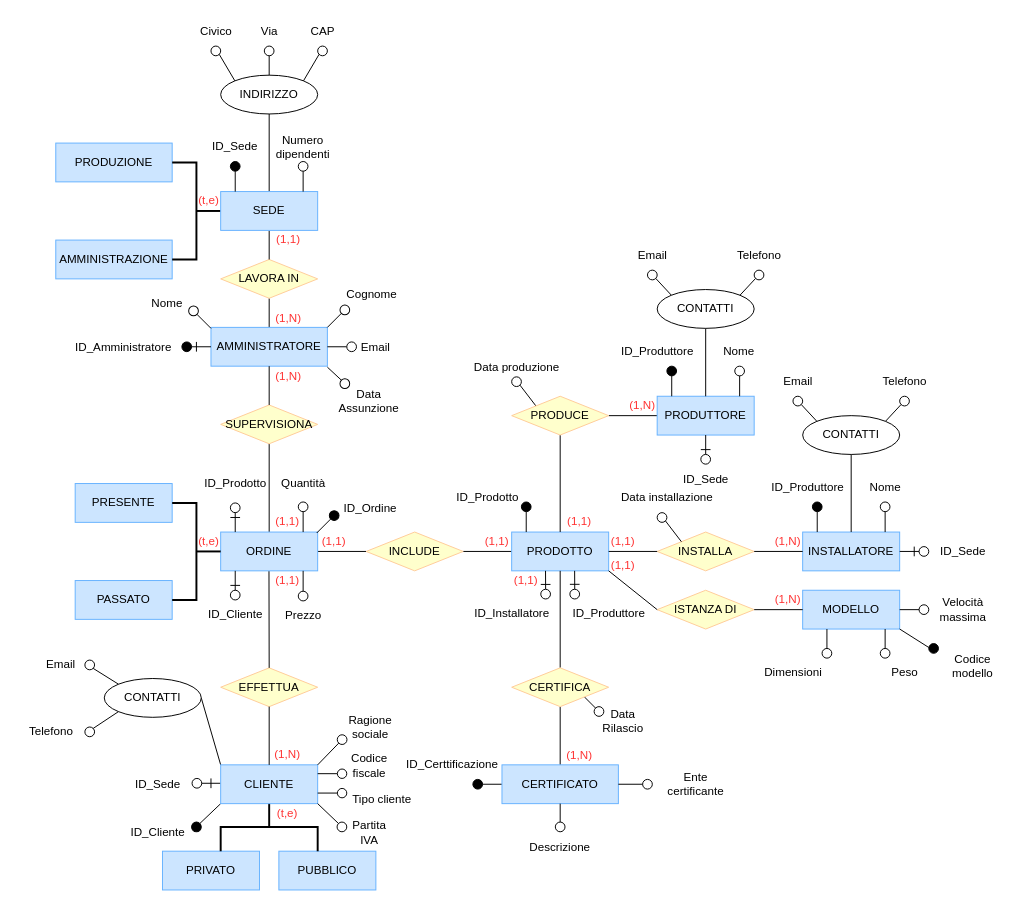
Above: Secondo Anno/Secondo_Semestre/Basi_dati/Diagrammi_GreenRail/rivisto_utente.drawio in bilottiale/uni (draw.io), before the change. Source tidied: cells renumbered, new cells numbered last; positions are measured from the earlier drawing's top-left corner, leaving out a move shared by most shapes. Both pictures are drawn from the tidied source at 97%, with x=0, y=0 at pixel (16, 16).
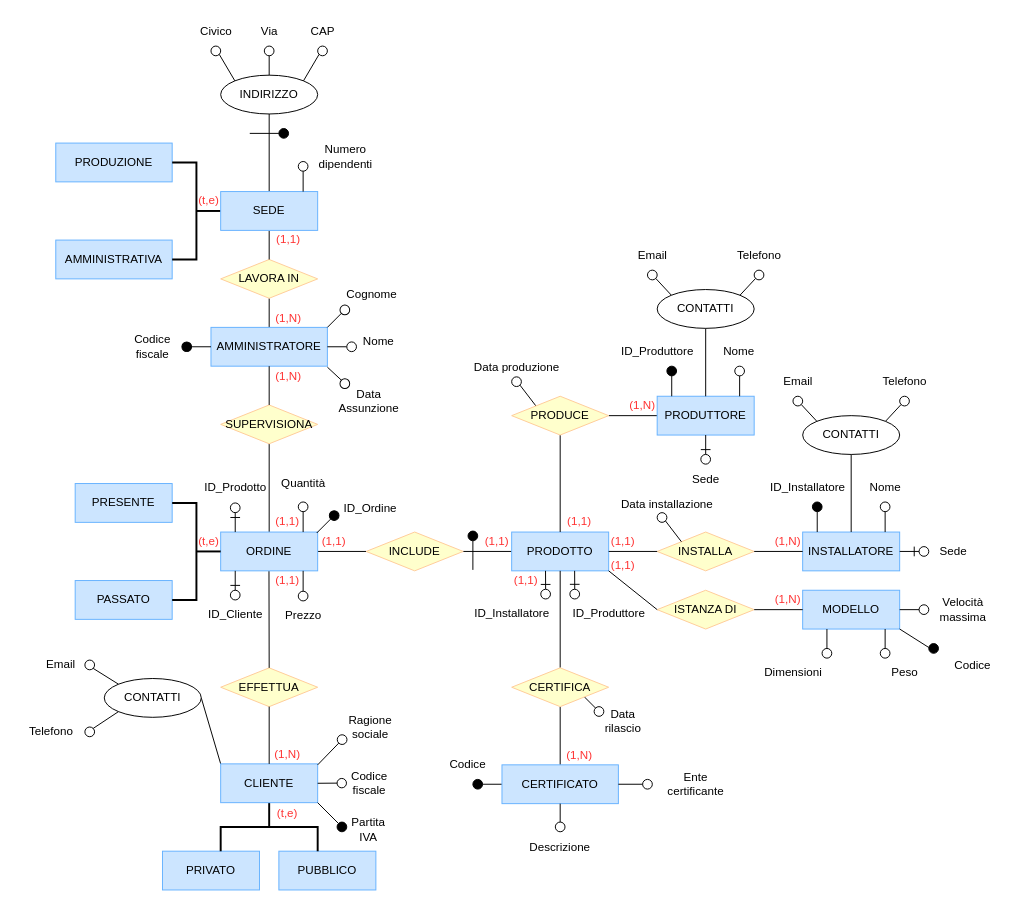
The same diagram, later.

Unchanged cells that the change refers to:
```xml
<mxCell id="37" value="AMMINISTRATORE" style="rounded=0;whiteSpace=wrap;html=1;fillColor=#CCE5FF;strokeColor=#66B2FF;" parent="1" vertex="1">
  <mxGeometry x="200" y="320" width="120" height="40" as="geometry" />
</mxCell>
```

What changed in the source:
```diff
@@
-    <mxCell id="6" value="AMMINISTRAZIONE" style="rounded=0;whiteSpace=wrap;html=1;fillColor=#CCE5FF;strokeColor=#66B2FF;" parent="1" vertex="1">
+    <mxCell id="6" value="AMMINISTRATIVA" style="rounded=0;whiteSpace=wrap;html=1;fillColor=#CCE5FF;strokeColor=#66B2FF;" parent="1" vertex="1">
       <mxGeometry x="40" y="230" width="120" height="40" as="geometry" />
     </mxCell>
@@
-    <mxCell id="21" style="ellipse;whiteSpace=wrap;html=1;fillColor=light-dark(#000000,#FFFFFF);strokeColor=default;" parent="1" vertex="1">
-      <mxGeometry x="220" y="149" width="10" height="10" as="geometry" />
-    </mxCell>
-    <mxCell id="22" style="endArrow=none;html=1;rounded=0;entryX=0.5;entryY=1;entryDx=0;entryDy=0;" parent="1" edge="1" target="21">
-      <mxGeometry relative="1" as="geometry">
-        <mxPoint x="225" y="180" as="sourcePoint" />
-      </mxGeometry>
-    </mxCell>
-    <mxCell id="23" value="ID_Sede" style="text;html=1;align=center;verticalAlign=middle;whiteSpace=wrap;rounded=0;" parent="1" vertex="1">
-      <mxGeometry x="195" y="119" width="60" height="30" as="geometry" />
-    </mxCell>
@@
     <mxCell id="26" value="Numero&lt;div&gt;dipendenti&lt;/div&gt;" style="text;html=1;align=center;verticalAlign=middle;whiteSpace=wrap;rounded=0;" parent="1" vertex="1">
-      <mxGeometry x="265" y="119" width="60" height="30" as="geometry" />
+      <mxGeometry x="309" y="129" width="60" height="30" as="geometry" />
     </mxCell>
-    <mxCell id="27" value="CONTATTI" style="ellipse;whiteSpace=wrap;html=1;fillColor=default;" parent="1" vertex="1">
-      <mxGeometry x="90" y="682" width="100" height="40" as="geometry" />
-    </mxCell>
-    <mxCell id="28" style="endArrow=none;html=1;rounded=0;entryX=0;entryY=0;entryDx=0;entryDy=0;exitX=1;exitY=0;exitDx=0;exitDy=0;" parent="1" edge="1" source="33" target="27">
-      <mxGeometry relative="1" as="geometry" />
-    </mxCell>
-    <mxCell id="29" style="ellipse;whiteSpace=wrap;html=1;fillColor=none;strokeColor=default;direction=south;" parent="1" vertex="1">
-      <mxGeometry x="70" y="732" width="10" height="10" as="geometry" />
-    </mxCell>
-    <mxCell id="30" style="endArrow=none;html=1;rounded=0;entryX=0;entryY=1;entryDx=0;entryDy=0;exitX=0;exitY=0;exitDx=0;exitDy=0;" parent="1" edge="1" source="29" target="27">
-      <mxGeometry relative="1" as="geometry" />
-    </mxCell>
-    <mxCell id="31" value="Email" style="text;html=1;align=center;verticalAlign=middle;strokeColor=none;fillColor=none;" parent="1" vertex="1">
-      <mxGeometry x="20" y="653" width="50" height="30" as="geometry" />
-    </mxCell>
-    <mxCell id="32" value="Telefono" style="text;html=1;align=center;verticalAlign=middle;strokeColor=none;fillColor=none;" parent="1" vertex="1">
-      <mxGeometry y="722" width="70" height="30" as="geometry" />
-    </mxCell>
-    <mxCell id="33" style="ellipse;whiteSpace=wrap;html=1;fillColor=none;strokeColor=default;direction=south;" parent="1" vertex="1">
-      <mxGeometry x="70" y="663" width="10" height="10" as="geometry" />
-    </mxCell>
@@
-    <mxCell id="42" style="group;" parent="1" vertex="1">
-      <mxGeometry x="465" y="432" width="10" height="41" as="geometry" />
-    </mxCell>
-    <mxCell id="43" value="ID_Prodotto" style="text;html=1;align=center;verticalAlign=middle;strokeColor=none;fillColor=none;" parent="1" vertex="1">
-      <mxGeometry x="440" y="481" width="90" height="30" as="geometry" />
-    </mxCell>
@@
-    <mxCell id="59" value="ID_Sede" style="text;html=1;align=center;verticalAlign=middle;strokeColor=none;fillColor=none;" parent="1" vertex="1">
-      <mxGeometry x="675" y="462" width="70" height="30" as="geometry" />
+    <mxCell id="59" value="Sede" style="text;html=1;align=center;verticalAlign=middle;strokeColor=none;fillColor=none;" parent="1" vertex="1">
+      <mxGeometry x="685" y="462" width="50" height="30" as="geometry" />
     </mxCell>
@@
-    <mxCell id="64" value="ID_Amministratore" style="text;html=1;align=center;verticalAlign=middle;whiteSpace=wrap;rounded=0;" parent="1" vertex="1">
-      <mxGeometry x="80" y="326" width="60" height="30" as="geometry" />
-    </mxCell>
     <mxCell id="65" value="Nome" style="text;html=1;align=center;verticalAlign=middle;whiteSpace=wrap;rounded=0;" parent="1" vertex="1">
-      <mxGeometry x="125" y="281" width="60" height="30" as="geometry" />
+      <mxGeometry x="343" y="320" width="60" height="30" as="geometry" />
     </mxCell>
@@
-    <mxCell id="67" value="Email" style="text;html=1;align=center;verticalAlign=middle;whiteSpace=wrap;rounded=0;" parent="1" vertex="1">
-      <mxGeometry x="340" y="326" width="60" height="30" as="geometry" />
-    </mxCell>
@@
-    <mxCell id="72" style="ellipse;whiteSpace=wrap;html=1;fillColor=light-dark(#000000,#FFFFFF);strokeColor=default;rotation=-135;" parent="1" vertex="1">
-      <mxGeometry x="180" y="830" width="10" height="10" as="geometry" />
-    </mxCell>
-    <mxCell id="73" style="endArrow=none;html=1;rounded=0;entryX=0.5;entryY=1;entryDx=0;entryDy=0;fillColor=light-dark(#000000,#FFFFFF);exitX=0;exitY=1;exitDx=0;exitDy=0;" parent="1" edge="1" source="82" target="72">
-      <mxGeometry relative="1" as="geometry" />
-    </mxCell>
-    <mxCell id="74" value="ID_Cliente" style="text;html=1;align=center;verticalAlign=middle;strokeColor=none;fillColor=none;" parent="1" vertex="1">
-      <mxGeometry x="105" y="826" width="80" height="30" as="geometry" />
-    </mxCell>
@@
-    <mxCell id="76" value="Tipo cliente" style="text;html=1;align=center;verticalAlign=middle;strokeColor=none;fillColor=none;" parent="1" vertex="1">
-      <mxGeometry x="336" y="792" width="80" height="30" as="geometry" />
-    </mxCell>
     <mxCell id="77" value="Codice&lt;br&gt;fiscale" style="text;html=1;align=center;verticalAlign=middle;strokeColor=none;fillColor=none;" parent="1" vertex="1">
-      <mxGeometry x="333" y="752" width="60" height="40" as="geometry" />
+      <mxGeometry x="333" y="769.8" width="60" height="40" as="geometry" />
     </mxCell>
-    <mxCell id="78" style="ellipse;whiteSpace=wrap;html=1;fillColor=#FFFFFF;strokeColor=default;rotation=-90;" parent="1" vertex="1">
-      <mxGeometry x="180.5" y="785" width="10" height="10" as="geometry" />
-    </mxCell>
-    <mxCell id="79" style="endArrow=none;html=1;rounded=0;exitX=0;exitY=0.5;exitDx=0;exitDy=0;" parent="1" edge="1" target="78">
-      <mxGeometry relative="1" as="geometry">
-        <mxPoint x="210" y="790" as="sourcePoint" />
-      </mxGeometry>
-    </mxCell>
-    <mxCell id="80" style="endArrow=none;html=1;rounded=0;" parent="1" edge="1">
-      <mxGeometry relative="1" as="geometry">
-        <mxPoint x="200" y="785" as="sourcePoint" />
-        <mxPoint x="200" y="795" as="targetPoint" />
-      </mxGeometry>
-    </mxCell>
-    <mxCell id="81" value="ID_Sede" style="text;html=1;align=center;verticalAlign=middle;strokeColor=none;fillColor=none;" parent="1" vertex="1">
-      <mxGeometry x="110" y="776" width="70" height="30" as="geometry" />
-    </mxCell>
     <mxCell id="82" value="CLIENTE" style="rounded=0;whiteSpace=wrap;html=1;fillColor=#CCE5FF;strokeColor=#66B2FF;" parent="1" vertex="1">
-      <mxGeometry x="210" y="771" width="100" height="40" as="geometry" />
+      <mxGeometry x="210" y="770" width="100" height="40" as="geometry" />
     </mxCell>
-    <mxCell id="83" style="ellipse;whiteSpace=wrap;html=1;fillColor=#FFFFFF;strokeColor=default;" parent="1" vertex="1">
+    <mxCell id="83" style="ellipse;whiteSpace=wrap;html=1;fillColor=#000000;strokeColor=default;" parent="1" vertex="1">
       <mxGeometry x="330" y="830" width="10" height="10" as="geometry" />
     </mxCell>
@@
     <mxCell id="85" value="Partita&lt;br&gt;IVA" style="text;html=1;align=center;verticalAlign=middle;strokeColor=none;fillColor=none;" parent="1" vertex="1">
-      <mxGeometry x="333" y="821" width="60" height="40" as="geometry" />
+      <mxGeometry x="332" y="818" width="60" height="40" as="geometry" />
     </mxCell>
     <mxCell id="86" style="ellipse;whiteSpace=wrap;html=1;fillColor=#FFFFFF;strokeColor=default;rotation=-180;" parent="1" vertex="1">
-      <mxGeometry x="330.3" y="775.3" width="9.7" height="9.7" as="geometry" />
+      <mxGeometry x="330" y="785" width="9.7" height="9.7" as="geometry" />
     </mxCell>
-    <mxCell id="87" style="endArrow=none;html=1;rounded=0;" parent="1" edge="1">
-      <mxGeometry relative="1" as="geometry">
-        <mxPoint x="310" y="780.1" as="sourcePoint" />
-        <mxPoint x="330" y="780.1" as="targetPoint" />
-      </mxGeometry>
+    <mxCell id="87" style="endArrow=none;html=1;rounded=0;exitX=1;exitY=0.5;exitDx=0;exitDy=0;entryX=1;entryY=0.5;entryDx=0;entryDy=0;" parent="1" edge="1" source="82" target="86">
+      <mxGeometry relative="1" as="geometry" />
     </mxCell>
-    <mxCell id="88" style="ellipse;whiteSpace=wrap;html=1;fillColor=#FFFFFF;strokeColor=default;rotation=-180;" parent="1" vertex="1">
-      <mxGeometry x="330.3" y="795.3" width="9.7" height="9.7" as="geometry" />
-    </mxCell>
-    <mxCell id="89" style="endArrow=none;html=1;rounded=0;" parent="1" edge="1">
-      <mxGeometry relative="1" as="geometry">
-        <mxPoint x="310" y="800.1" as="sourcePoint" />
-        <mxPoint x="330" y="800.1" as="targetPoint" />
-      </mxGeometry>
-    </mxCell>
@@
-    <mxCell id="91" value="Data&lt;div&gt;Rilascio&lt;/div&gt;" style="text;html=1;align=center;verticalAlign=middle;whiteSpace=wrap;rounded=0;" parent="1" vertex="1">
+    <mxCell id="91" value="Data&lt;div&gt;rilascio&lt;/div&gt;" style="text;html=1;align=center;verticalAlign=middle;whiteSpace=wrap;rounded=0;" parent="1" vertex="1">
       <mxGeometry x="595" y="711" width="60" height="30" as="geometry" />
     </mxCell>
@@
-    <mxCell id="107" value="ID_Sede" style="text;html=1;align=center;verticalAlign=middle;strokeColor=none;fillColor=none;" parent="1" vertex="1">
-      <mxGeometry x="940" y="536" width="70" height="30" as="geometry" />
+    <mxCell id="107" value="Sede" style="text;html=1;align=center;verticalAlign=middle;strokeColor=none;fillColor=none;" parent="1" vertex="1">
+      <mxGeometry x="940" y="536" width="50" height="30" as="geometry" />
     </mxCell>
@@
-    <mxCell id="109" value="ID_Produttore" style="text;html=1;align=center;verticalAlign=middle;strokeColor=none;fillColor=none;" parent="1" vertex="1">
+    <mxCell id="109" value="ID_Installatore" style="text;html=1;align=center;verticalAlign=middle;strokeColor=none;fillColor=none;" parent="1" vertex="1">
       <mxGeometry x="765" y="470" width="100" height="30" as="geometry" />
     </mxCell>
@@
     <mxCell id="117" value="Data installazione" style="text;html=1;align=center;verticalAlign=middle;strokeColor=none;fillColor=none;" parent="1" vertex="1">
-      <mxGeometry x="610" y="481" width="120" height="30" as="geometry" />
+      <mxGeometry x="610" y="488" width="120" height="30" as="geometry" />
     </mxCell>
@@
     <mxCell id="121" value="ID_Prodotto" style="text;html=1;align=center;verticalAlign=middle;strokeColor=none;fillColor=none;" parent="1" vertex="1">
-      <mxGeometry x="180" y="466" width="90" height="30" as="geometry" />
+      <mxGeometry x="180" y="470" width="90" height="30" as="geometry" />
     </mxCell>
@@
-    <mxCell id="139" style="ellipse;whiteSpace=wrap;html=1;fillColor=light-dark(#000000,#FFFFFF);strokeColor=default;" parent="1" vertex="1">
-      <mxGeometry x="520" y="500" width="10" height="10" as="geometry" />
-    </mxCell>
-    <mxCell id="140" style="endArrow=none;html=1;rounded=0;entryX=0.5;entryY=1;entryDx=0;entryDy=0;" parent="1" edge="1" target="139">
-      <mxGeometry relative="1" as="geometry">
-        <mxPoint x="525" y="531" as="sourcePoint" />
-      </mxGeometry>
-    </mxCell>
@@
-    <mxCell id="158" style="endArrow=none;html=1;rounded=0;" parent="1" edge="1">
-      <mxGeometry relative="1" as="geometry">
-        <mxPoint x="185" y="345" as="sourcePoint" />
-        <mxPoint x="185" y="335" as="targetPoint" />
-      </mxGeometry>
-    </mxCell>
-    <mxCell id="159" style="endArrow=none;html=1;rounded=0;exitX=0;exitY=0.5;exitDx=0;exitDy=0;entryX=1;entryY=0.5;entryDx=0;entryDy=0;" parent="1" edge="1" source="37" target="160">
-      <mxGeometry relative="1" as="geometry" />
-    </mxCell>
-    <mxCell id="160" style="ellipse;whiteSpace=wrap;html=1;fillColor=light-dark(#000000,transparent);strokeColor=default;" parent="1" vertex="1">
-      <mxGeometry x="170" y="335" width="10" height="10" as="geometry" />
-    </mxCell>
-    <mxCell id="161" style="ellipse;whiteSpace=wrap;html=1;fillColor=none;strokeColor=default;rotation=-45;" parent="1" vertex="1">
-      <mxGeometry x="177" y="298" width="10" height="10" as="geometry" />
-    </mxCell>
-    <mxCell id="162" style="endArrow=none;html=1;rounded=0;entryX=0.5;entryY=1;entryDx=0;entryDy=0;" parent="1" edge="1" target="161">
-      <mxGeometry relative="1" as="geometry">
-        <mxPoint x="200" y="321" as="sourcePoint" />
-      </mxGeometry>
-    </mxCell>
@@
-    <mxCell id="170" value="ID_Certtificazione" style="text;html=1;align=center;verticalAlign=middle;whiteSpace=wrap;rounded=0;" parent="1" vertex="1">
-      <mxGeometry x="419" y="756" width="60" height="30" as="geometry" />
+    <mxCell id="170" value="Codice" style="text;html=1;align=center;verticalAlign=middle;whiteSpace=wrap;rounded=0;" parent="1" vertex="1">
+      <mxGeometry x="435" y="756" width="60" height="30" as="geometry" />
     </mxCell>
@@
-    <mxCell id="197" value="Codice&lt;div&gt;modello&lt;/div&gt;" style="text;html=1;align=center;verticalAlign=middle;strokeColor=none;fillColor=none;" parent="1" vertex="1">
-      <mxGeometry x="950" y="649" width="70" height="40" as="geometry" />
+    <mxCell id="197" value="Codice" style="text;html=1;align=center;verticalAlign=middle;strokeColor=none;fillColor=none;" parent="1" vertex="1">
+      <mxGeometry x="955" y="654" width="60" height="30" as="geometry" />
     </mxCell>
@@
+    <mxCell id="219" style="group;" parent="1" vertex="1">
+      <mxGeometry y="653" width="190" height="99" as="geometry" />
+    </mxCell>
+    <mxCell id="27" value="CONTATTI" style="ellipse;whiteSpace=wrap;html=1;fillColor=default;" parent="219" vertex="1">
+      <mxGeometry x="90" y="29" width="100" height="40" as="geometry" />
+    </mxCell>
+    <mxCell id="28" style="endArrow=none;html=1;rounded=0;entryX=0;entryY=0;entryDx=0;entryDy=0;exitX=1;exitY=0;exitDx=0;exitDy=0;" parent="219" edge="1" source="33" target="27">
+      <mxGeometry relative="1" as="geometry" />
+    </mxCell>
+    <mxCell id="29" style="ellipse;whiteSpace=wrap;html=1;fillColor=none;strokeColor=default;direction=south;" parent="219" vertex="1">
+      <mxGeometry x="70" y="79" width="10" height="10" as="geometry" />
+    </mxCell>
+    <mxCell id="30" style="endArrow=none;html=1;rounded=0;entryX=0;entryY=1;entryDx=0;entryDy=0;exitX=0;exitY=0;exitDx=0;exitDy=0;" parent="219" edge="1" source="29" target="27">
+      <mxGeometry relative="1" as="geometry" />
+    </mxCell>
+    <mxCell id="31" value="Email" style="text;html=1;align=center;verticalAlign=middle;strokeColor=none;fillColor=none;" parent="219" vertex="1">
+      <mxGeometry x="20" width="50" height="30" as="geometry" />
+    </mxCell>
+    <mxCell id="32" value="Telefono" style="text;html=1;align=center;verticalAlign=middle;strokeColor=none;fillColor=none;" parent="219" vertex="1">
+      <mxGeometry y="69" width="70" height="30" as="geometry" />
+    </mxCell>
+    <mxCell id="33" style="ellipse;whiteSpace=wrap;html=1;fillColor=none;strokeColor=default;direction=south;" parent="219" vertex="1">
+      <mxGeometry x="70" y="10" width="10" height="10" as="geometry" />
+    </mxCell>
+    <mxCell id="220" style="endArrow=none;html=1;rounded=0;" parent="1" edge="1">
+      <mxGeometry relative="1" as="geometry">
+        <mxPoint x="240" y="120" as="sourcePoint" />
+        <mxPoint x="270" y="120" as="targetPoint" />
+      </mxGeometry>
+    </mxCell>
+    <mxCell id="221" style="ellipse;whiteSpace=wrap;html=1;fillColor=#000000;strokeColor=default;" parent="1" vertex="1">
+      <mxGeometry x="270" y="115" width="10" height="10" as="geometry" />
+    </mxCell>
+    <mxCell id="222" style="endArrow=none;html=1;rounded=0;entryX=0;entryY=0.5;entryDx=0;entryDy=0;" parent="1" edge="1" target="37">
+      <mxGeometry relative="1" as="geometry">
+        <mxPoint x="180" y="340" as="sourcePoint" />
+      </mxGeometry>
+    </mxCell>
+    <mxCell id="223" value="Codice&lt;div&gt;fiscale&lt;/div&gt;" style="text;html=1;align=center;verticalAlign=middle;whiteSpace=wrap;rounded=0;" parent="1" vertex="1">
+      <mxGeometry x="110" y="325" width="60" height="30" as="geometry" />
+    </mxCell>
+    <mxCell id="224" style="ellipse;whiteSpace=wrap;html=1;fillColor=#000000;strokeColor=default;rotation=135;" parent="1" vertex="1">
+      <mxGeometry x="170" y="335" width="10" height="10" as="geometry" />
+    </mxCell>
+    <mxCell id="225" style="ellipse;whiteSpace=wrap;html=1;fillColor=light-dark(#000000,#FFFFFF);strokeColor=default;" parent="1" vertex="1">
+      <mxGeometry x="465" y="530" width="10" height="10" as="geometry" />
+    </mxCell>
+    <mxCell id="226" style="endArrow=none;html=1;rounded=0;entryX=0.5;entryY=1;entryDx=0;entryDy=0;" parent="1" edge="1" target="225">
+      <mxGeometry relative="1" as="geometry">
+        <mxPoint x="470" y="570" as="sourcePoint" />
+      </mxGeometry>
+    </mxCell>
```
